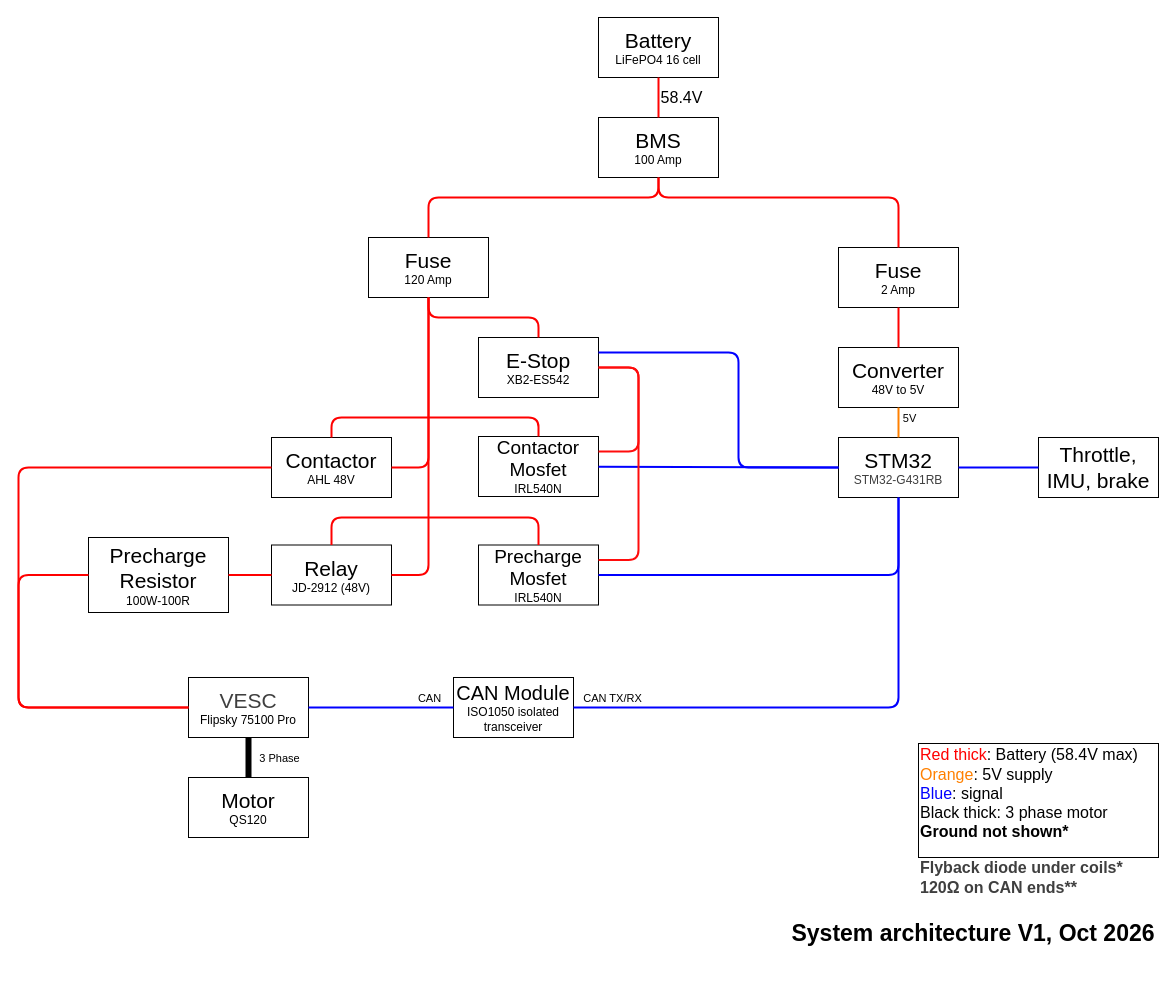
Earlier version of the draw.io diagram Docs/SystemArchitecture.drawio (Will-Dub/2V4U). Source tidied: cells renumbered, new cells numbered last; positions are measured from the earlier drawing's top-left corner, leaving out a move shared by most shapes. Both pictures are drawn from the tidied source at 100%, with x=0, y=0 at pixel (18, 17).
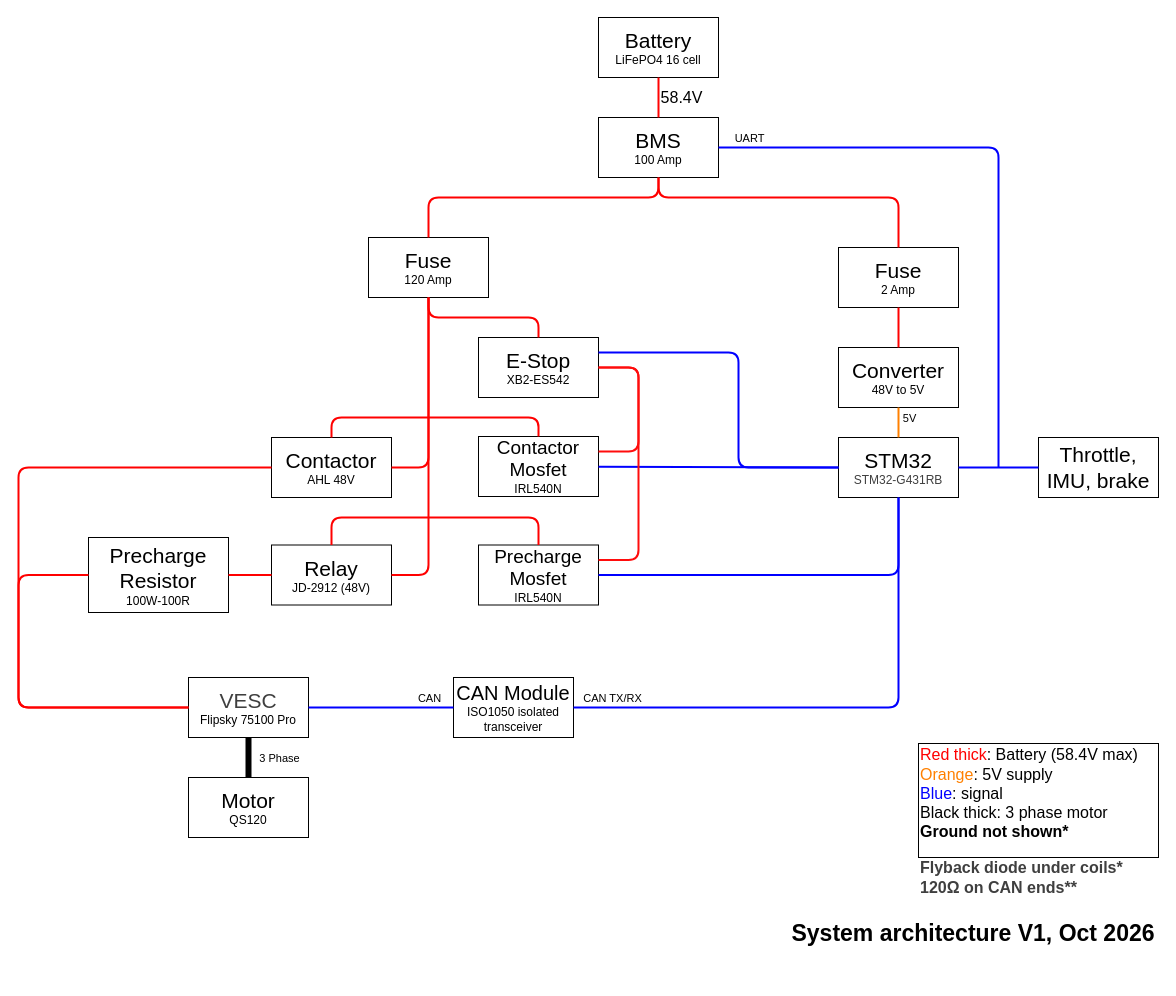
The same page after the edit.

Unchanged cells that the change refers to:
```xml
<mxCell id="13" value="&lt;span style=&quot;font-size: 21px;&quot;&gt;BMS&lt;/span&gt;&lt;div&gt;&lt;font&gt;100 Amp&lt;/font&gt;&lt;/div&gt;" style="rounded=0;whiteSpace=wrap;html=1;" parent="1" vertex="1">
  <mxGeometry x="580" y="100" width="120" height="60" as="geometry" />
</mxCell>
```

Diff of the diagram source:
```diff
@@
+    <mxCell id="48" style="endArrow=none;html=1;entryX=1;entryY=0.5;entryDx=0;entryDy=0;strokeColor=#0000FF;strokeWidth=2;" parent="1" edge="1" target="13">
+      <mxGeometry x="0.02" relative="1" as="geometry">
+        <mxPoint x="980" y="450" as="sourcePoint" />
+        <Array as="points">
+          <mxPoint x="980" y="130" />
+        </Array>
+      </mxGeometry>
+    </mxCell>
+    <mxCell id="49" value="UART" style="edgeLabel;html=1;align=center;verticalAlign=middle;inheritText=1;" parent="48" vertex="1">
+      <mxGeometry x="0.87" y="-2" relative="1" as="geometry">
+        <mxPoint x="-9" y="-8" as="offset" />
+      </mxGeometry>
+    </mxCell>
```
